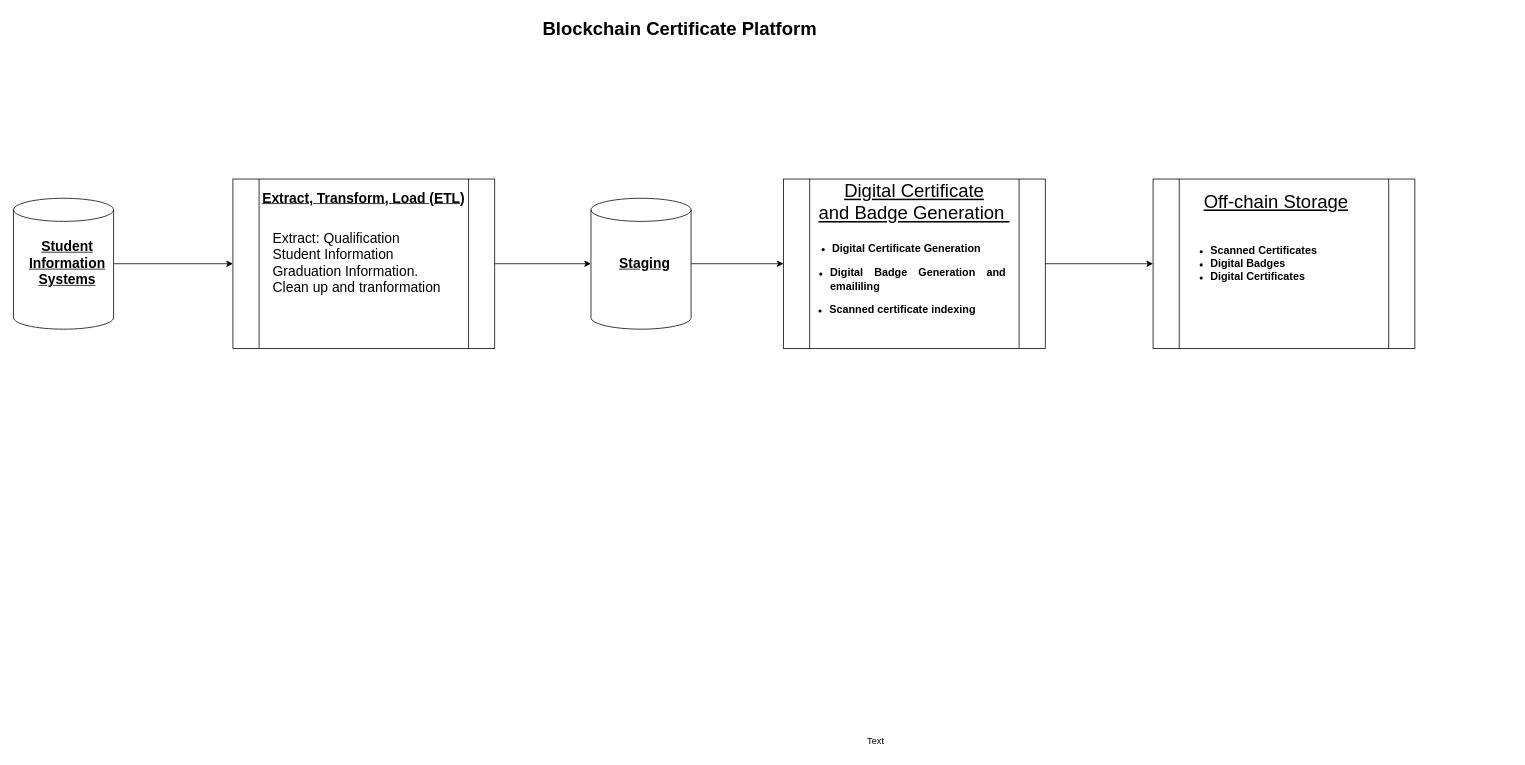
The draw.io diagram Untitled Diagram.drawio in SifisoMzansi/architecture-diagrams, before the edit. Source tidied: cells renumbered, new cells numbered last; positions are measured from the earlier drawing's top-left corner, leaving out a move shared by most shapes. Both pictures are drawn from the tidied source at 77%, with x=0, y=0 at pixel (13, 13).
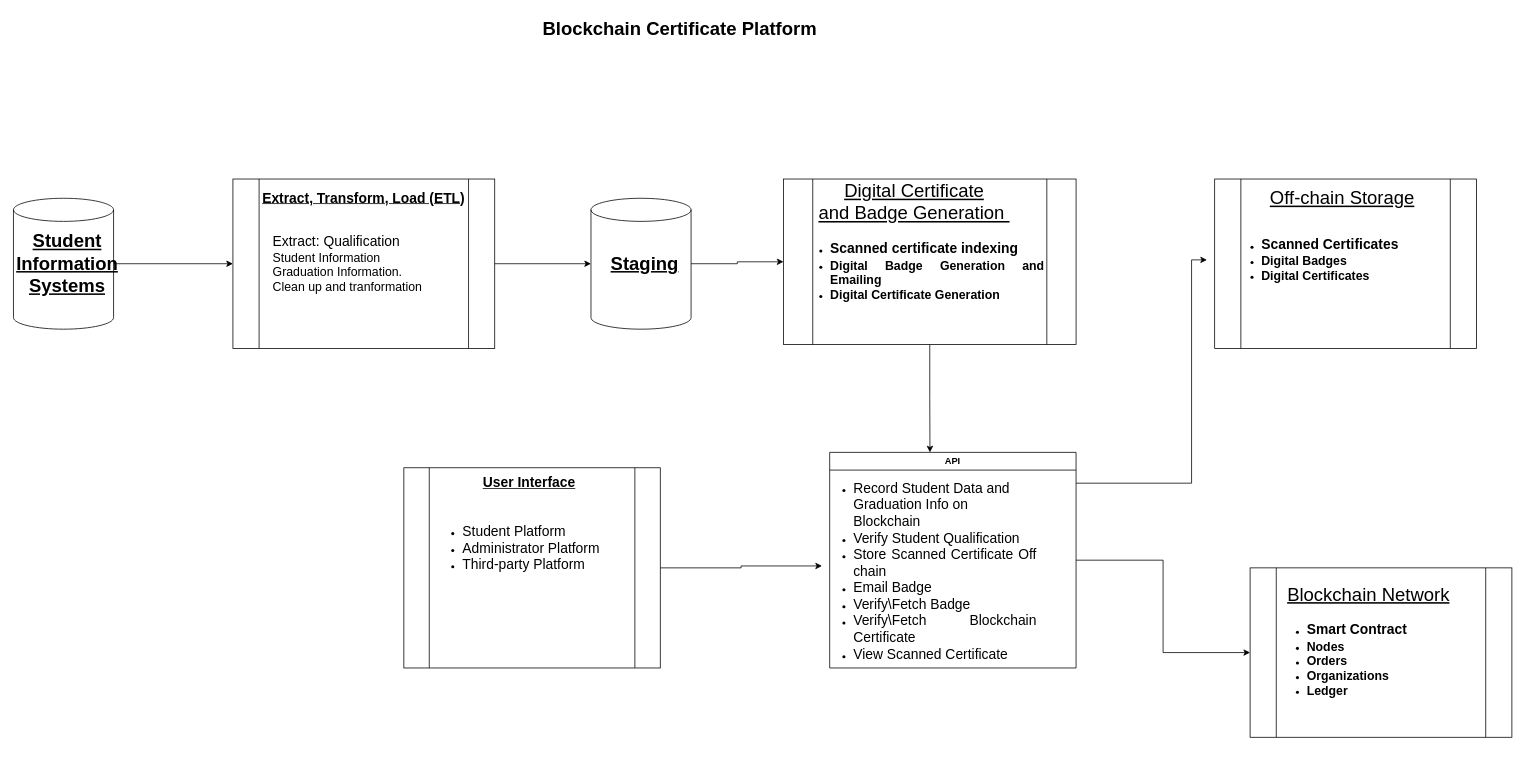
The same diagram, later.

What changed in the source:
```diff
@@
-    <mxCell id="5" value="&lt;font style=&quot;font-size: 18px;&quot;&gt;&lt;b&gt;&lt;u&gt;Student Information Systems&lt;/u&gt;&lt;/b&gt;&lt;/font&gt;" style="text;html=1;align=center;verticalAlign=middle;whiteSpace=wrap;rounded=0;" parent="1" vertex="1">
+    <mxCell id="5" value="&lt;font style=&quot;font-size: 24px;&quot;&gt;&lt;b style=&quot;&quot;&gt;&lt;u style=&quot;&quot;&gt;Student Information Systems&lt;/u&gt;&lt;/b&gt;&lt;/font&gt;" style="text;html=1;align=center;verticalAlign=middle;whiteSpace=wrap;rounded=0;" parent="1" vertex="1">
       <mxGeometry x="10" y="280" width="120" height="90" as="geometry" />
     </mxCell>
@@
-    <mxCell id="8" value="&lt;div style=&quot;text-align: justify;&quot;&gt;&lt;span style=&quot;font-size: 18px; background-color: initial;&quot;&gt;Extract: Qualification&amp;nbsp;&lt;/span&gt;&lt;/div&gt;&lt;div style=&quot;text-align: justify;&quot;&gt;&lt;span style=&quot;font-size: 18px; background-color: initial;&quot;&gt;Student Information&lt;/span&gt;&lt;/div&gt;&lt;div style=&quot;text-align: justify;&quot;&gt;&lt;span style=&quot;font-size: 18px; background-color: initial;&quot;&gt;Graduation Information.&amp;nbsp;&lt;/span&gt;&lt;/div&gt;&lt;div style=&quot;text-align: justify;&quot;&gt;&lt;span style=&quot;font-size: 18px; background-color: initial;&quot;&gt;Clean up and tranformation&lt;/span&gt;&lt;/div&gt;&lt;div style=&quot;text-align: justify;&quot;&gt;&lt;span style=&quot;font-size: 18px; background-color: initial;&quot;&gt;&lt;span style=&quot;white-space: pre;&quot;&gt;&#9;&lt;/span&gt;&lt;/span&gt;&lt;/div&gt;" style="text;html=1;align=left;verticalAlign=middle;whiteSpace=wrap;rounded=0;" parent="1" vertex="1">
+    <mxCell id="8" value="&lt;div style=&quot;text-align: justify;&quot;&gt;&lt;span style=&quot;background-color: initial;&quot;&gt;&lt;font style=&quot;font-size: 18px;&quot;&gt;Extract: Qualification&amp;nbsp;&lt;/font&gt;&lt;/span&gt;&lt;/div&gt;&lt;div style=&quot;text-align: justify;&quot;&gt;&lt;span style=&quot;background-color: initial;&quot;&gt;&lt;font size=&quot;3&quot;&gt;Student Information&lt;/font&gt;&lt;/span&gt;&lt;/div&gt;&lt;div style=&quot;text-align: justify;&quot;&gt;&lt;span style=&quot;background-color: initial;&quot;&gt;&lt;font size=&quot;3&quot;&gt;Graduation Information.&amp;nbsp;&lt;/font&gt;&lt;/span&gt;&lt;/div&gt;&lt;div style=&quot;text-align: justify;&quot;&gt;&lt;span style=&quot;background-color: initial;&quot;&gt;&lt;font size=&quot;3&quot;&gt;Clean up and tranformation&lt;/font&gt;&lt;/span&gt;&lt;/div&gt;&lt;div style=&quot;text-align: justify;&quot;&gt;&lt;span style=&quot;background-color: initial;&quot;&gt;&lt;span style=&quot;white-space: pre;&quot;&gt;&lt;font size=&quot;3&quot;&gt;&#9;&lt;/font&gt;&lt;/span&gt;&lt;/span&gt;&lt;/div&gt;" style="text;html=1;align=left;verticalAlign=middle;whiteSpace=wrap;rounded=0;" parent="1" vertex="1">
       <mxGeometry x="335" y="280" width="240" height="110" as="geometry" />
     </mxCell>
-    <mxCell id="9" value="Text" style="text;strokeColor=none;align=center;fillColor=none;html=1;verticalAlign=middle;whiteSpace=wrap;rounded=0;" parent="1" vertex="1">
-      <mxGeometry x="1090" y="930" width="60" height="30" as="geometry" />
-    </mxCell>
@@
-    <mxCell id="12" value="&lt;font style=&quot;font-size: 18px;&quot;&gt;&lt;b&gt;&lt;u&gt;Staging&lt;/u&gt;&lt;/b&gt;&lt;/font&gt;" style="text;html=1;align=center;verticalAlign=middle;whiteSpace=wrap;rounded=0;" parent="1" vertex="1">
+    <mxCell id="12" value="&lt;font style=&quot;font-size: 24px;&quot;&gt;&lt;b style=&quot;&quot;&gt;&lt;u style=&quot;&quot;&gt;Staging&lt;/u&gt;&lt;/b&gt;&lt;/font&gt;" style="text;html=1;align=center;verticalAlign=middle;whiteSpace=wrap;rounded=0;" parent="1" vertex="1">
       <mxGeometry x="760" y="280" width="120" height="90" as="geometry" />
     </mxCell>
@@
-    <mxCell id="14" style="edgeStyle=orthogonalEdgeStyle;rounded=0;jettySize=auto;html=1;entryX=0;entryY=0.5;entryDx=0;entryDy=0;" parent="1" edge="1" source="15" target="20">
-      <mxGeometry relative="1" as="geometry" />
-    </mxCell>
     <mxCell id="15" style="shape=process;whiteSpace=wrap;html=1;backgroundOutline=1;" parent="1" vertex="1">
-      <mxGeometry x="1000" y="215" width="340" height="220" as="geometry" />
+      <mxGeometry x="1000" y="215" width="380" height="215" as="geometry" />
     </mxCell>
@@
-    <mxCell id="17" value="&lt;ul&gt;&lt;li&gt;&lt;b&gt;&lt;font style=&quot;font-size: 14px;&quot;&gt;Digital Certificate Generation&lt;/font&gt;&lt;/b&gt;&lt;/li&gt;&lt;/ul&gt;" style="text;html=1;align=center;verticalAlign=middle;whiteSpace=wrap;rounded=0;" parent="1" vertex="1">
-      <mxGeometry x="1010" y="290" width="260" height="30" as="geometry" />
-    </mxCell>
-    <mxCell id="18" value="&lt;ul&gt;&lt;li style=&quot;text-align: justify;&quot;&gt;&lt;b&gt;&lt;font style=&quot;font-size: 14px;&quot;&gt;Digital Badge Generation and emaililing&amp;nbsp;&lt;/font&gt;&lt;/b&gt;&lt;/li&gt;&lt;/ul&gt;" style="text;html=1;align=center;verticalAlign=middle;whiteSpace=wrap;rounded=0;" parent="1" vertex="1">
-      <mxGeometry x="1020" y="330" width="270" height="30" as="geometry" />
-    </mxCell>
-    <mxCell id="19" value="&lt;div style=&quot;text-align: justify;&quot;&gt;&lt;ul&gt;&lt;li&gt;&lt;b style=&quot;background-color: initial;&quot;&gt;&lt;font style=&quot;font-size: 14px;&quot;&gt;Scanned certificate indexing&lt;/font&gt;&lt;/b&gt;&lt;/li&gt;&lt;/ul&gt;&lt;/div&gt;" style="text;html=1;align=center;verticalAlign=middle;whiteSpace=wrap;rounded=0;" parent="1" vertex="1">
-      <mxGeometry x="1000" y="370" width="270" height="30" as="geometry" />
-    </mxCell>
     <mxCell id="20" style="shape=process;whiteSpace=wrap;html=1;backgroundOutline=1;" parent="1" vertex="1">
-      <mxGeometry x="1480" y="215" width="340" height="220" as="geometry" />
+      <mxGeometry x="1560" y="215" width="340" height="220" as="geometry" />
     </mxCell>
     <mxCell id="21" value="&lt;font style=&quot;font-size: 24px;&quot;&gt;&lt;u style=&quot;&quot;&gt;Off-chain Storage&lt;/u&gt;&lt;/font&gt;" style="text;html=1;align=center;verticalAlign=middle;whiteSpace=wrap;rounded=0;" parent="1" vertex="1">
-      <mxGeometry x="1520" y="230" width="240" height="30" as="geometry" />
+      <mxGeometry x="1606" y="225" width="240" height="30" as="geometry" />
     </mxCell>
-    <mxCell id="22" value="&lt;ul&gt;&lt;li style=&quot;text-align: justify;&quot;&gt;&lt;b&gt;&lt;font style=&quot;font-size: 14px;&quot;&gt;Scanned Certificates&lt;/font&gt;&lt;/b&gt;&lt;/li&gt;&lt;li style=&quot;text-align: justify;&quot;&gt;&lt;b&gt;&lt;font style=&quot;font-size: 14px;&quot;&gt;Digital Badges&lt;/font&gt;&lt;/b&gt;&lt;/li&gt;&lt;li style=&quot;text-align: justify;&quot;&gt;&lt;b&gt;&lt;font style=&quot;font-size: 14px;&quot;&gt;Digital Certificates&lt;/font&gt;&lt;/b&gt;&lt;/li&gt;&lt;/ul&gt;" style="text;html=1;align=center;verticalAlign=middle;whiteSpace=wrap;rounded=0;" parent="1" vertex="1">
-      <mxGeometry x="1464" y="280" width="280" height="90" as="geometry" />
+    <mxCell id="22" value="&lt;ul&gt;&lt;li style=&quot;text-align: justify;&quot;&gt;&lt;b&gt;&lt;font style=&quot;font-size: 18px;&quot;&gt;Scanned Certificates&lt;/font&gt;&lt;/b&gt;&lt;/li&gt;&lt;li style=&quot;text-align: justify;&quot;&gt;&lt;b&gt;&lt;font size=&quot;3&quot; style=&quot;&quot;&gt;Digital Badges&lt;/font&gt;&lt;/b&gt;&lt;/li&gt;&lt;li style=&quot;text-align: justify;&quot;&gt;&lt;b&gt;&lt;font size=&quot;3&quot; style=&quot;&quot;&gt;Digital Certificates&lt;/font&gt;&lt;/b&gt;&lt;/li&gt;&lt;/ul&gt;" style="text;html=1;align=center;verticalAlign=middle;whiteSpace=wrap;rounded=0;" parent="1" vertex="1">
+      <mxGeometry x="1550" y="275" width="280" height="90" as="geometry" />
     </mxCell>
+    <mxCell id="23" style="edgeStyle=orthogonalEdgeStyle;rounded=0;jettySize=auto;html=1;entryX=0;entryY=0.5;entryDx=0;entryDy=0;" parent="1" edge="1" source="25" target="22">
+      <mxGeometry relative="1" as="geometry">
+        <Array as="points">
+          <mxPoint x="1530" y="610" />
+          <mxPoint x="1530" y="320" />
+        </Array>
+      </mxGeometry>
+    </mxCell>
+    <mxCell id="24" style="edgeStyle=orthogonalEdgeStyle;rounded=0;jettySize=auto;html=1;" parent="1" edge="1" source="25" target="27">
+      <mxGeometry relative="1" as="geometry" />
+    </mxCell>
+    <mxCell id="25" value="API" style="swimlane;whiteSpace=wrap;html=1;" parent="1" vertex="1">
+      <mxGeometry x="1060" y="570" width="320" height="280" as="geometry" />
+    </mxCell>
+    <mxCell id="26" value="&lt;ul&gt;&lt;li style=&quot;text-align: left;&quot;&gt;&lt;span style=&quot;font-size: 18px; background-color: initial;&quot;&gt;Record Student Data and Graduation Info on Blockchain&lt;/span&gt;&lt;/li&gt;&lt;li style=&quot;text-align: left;&quot;&gt;&lt;span style=&quot;font-size: 18px;&quot;&gt;Verify Student Qualification&lt;/span&gt;&lt;/li&gt;&lt;li style=&quot;text-align: justify;&quot;&gt;&lt;span style=&quot;font-size: 18px;&quot;&gt;Store Scanned Certificate Off chain&lt;/span&gt;&lt;/li&gt;&lt;li style=&quot;text-align: justify;&quot;&gt;&lt;span style=&quot;font-size: 18px;&quot;&gt;Email Badge&lt;/span&gt;&lt;/li&gt;&lt;li style=&quot;text-align: justify;&quot;&gt;&lt;span style=&quot;font-size: 18px;&quot;&gt;Verify\Fetch Badge&amp;nbsp;&lt;/span&gt;&lt;/li&gt;&lt;li style=&quot;text-align: justify;&quot;&gt;&lt;span style=&quot;font-size: 18px;&quot;&gt;Verify\Fetch&amp;nbsp;Blockchain Certificate&amp;nbsp;&lt;/span&gt;&lt;/li&gt;&lt;li style=&quot;text-align: justify;&quot;&gt;&lt;span style=&quot;font-size: 18px;&quot;&gt;View Scanned Certificate&lt;/span&gt;&lt;/li&gt;&lt;/ul&gt;" style="text;html=1;align=center;verticalAlign=middle;whiteSpace=wrap;rounded=0;" parent="25" vertex="1">
+      <mxGeometry x="-10" y="140" width="280" height="30" as="geometry" />
+    </mxCell>
+    <mxCell id="27" style="shape=process;whiteSpace=wrap;html=1;backgroundOutline=1;" parent="1" vertex="1">
+      <mxGeometry x="1606" y="720" width="340" height="220" as="geometry" />
+    </mxCell>
+    <mxCell id="28" value="&lt;font style=&quot;font-size: 24px;&quot;&gt;&lt;u style=&quot;&quot;&gt;Blockchain Network&lt;/u&gt;&lt;/font&gt;" style="text;html=1;align=center;verticalAlign=middle;whiteSpace=wrap;rounded=0;" parent="1" vertex="1">
+      <mxGeometry x="1640" y="740" width="240" height="30" as="geometry" />
+    </mxCell>
+    <mxCell id="29" value="&lt;ul&gt;&lt;li style=&quot;text-align: justify;&quot;&gt;&lt;b style=&quot;background-color: initial;&quot;&gt;&lt;font style=&quot;font-size: 18px;&quot;&gt;Smart Contract&lt;/font&gt;&lt;/b&gt;&lt;/li&gt;&lt;li style=&quot;text-align: justify;&quot;&gt;&lt;b&gt;&lt;font size=&quot;3&quot;&gt;Nodes&lt;/font&gt;&lt;/b&gt;&lt;/li&gt;&lt;li style=&quot;text-align: justify;&quot;&gt;&lt;b&gt;&lt;font size=&quot;3&quot;&gt;Orders&lt;/font&gt;&lt;/b&gt;&lt;/li&gt;&lt;li style=&quot;text-align: justify;&quot;&gt;&lt;b&gt;&lt;font size=&quot;3&quot;&gt;Organizations&lt;/font&gt;&lt;/b&gt;&lt;/li&gt;&lt;li style=&quot;text-align: justify;&quot;&gt;&lt;b style=&quot;&quot;&gt;&lt;font size=&quot;3&quot;&gt;Ledger&lt;/font&gt;&lt;/b&gt;&lt;/li&gt;&lt;/ul&gt;" style="text;html=1;align=center;verticalAlign=middle;whiteSpace=wrap;rounded=0;" parent="1" vertex="1">
+      <mxGeometry x="1560" y="790" width="330" height="100" as="geometry" />
+    </mxCell>
+    <mxCell id="30" value="&lt;ul&gt;&lt;li style=&quot;text-align: justify;&quot;&gt;&lt;b style=&quot;background-color: initial;&quot;&gt;&lt;font style=&quot;font-size: 18px;&quot;&gt;Scanned certificate indexing&lt;/font&gt;&lt;/b&gt;&lt;/li&gt;&lt;li style=&quot;text-align: justify;&quot;&gt;&lt;font size=&quot;3&quot;&gt;&lt;b&gt;&lt;font style=&quot;&quot;&gt;Digital Badge Generation&amp;nbsp;&lt;/font&gt;&lt;/b&gt;&lt;/font&gt;&lt;b style=&quot;font-size: medium; background-color: initial;&quot;&gt;and Emailing&lt;/b&gt;&lt;/li&gt;&lt;li style=&quot;text-align: justify;&quot;&gt;&lt;b&gt;&lt;font size=&quot;3&quot; style=&quot;&quot;&gt;Digital Certificate Generation&lt;/font&gt;&lt;/b&gt;&lt;/li&gt;&lt;/ul&gt;" style="text;html=1;align=center;verticalAlign=middle;whiteSpace=wrap;rounded=0;" parent="1" vertex="1">
+      <mxGeometry x="1020" y="290" width="320" height="90" as="geometry" />
+    </mxCell>
+    <mxCell id="31" style="edgeStyle=orthogonalEdgeStyle;rounded=0;jettySize=auto;html=1;entryX=0;entryY=0.25;entryDx=0;entryDy=0;" parent="1" edge="1" source="32" target="26">
+      <mxGeometry relative="1" as="geometry" />
+    </mxCell>
+    <mxCell id="32" style="shape=process;whiteSpace=wrap;html=1;backgroundOutline=1;" parent="1" vertex="1">
+      <mxGeometry x="507" y="590" width="333" height="260" as="geometry" />
+    </mxCell>
+    <mxCell id="33" value="&lt;font style=&quot;font-size: 18px;&quot;&gt;&lt;b&gt;&lt;u&gt;User Interface&lt;/u&gt;&lt;/b&gt;&lt;/font&gt;" style="text;html=1;align=center;verticalAlign=middle;whiteSpace=wrap;rounded=0;" parent="1" vertex="1">
+      <mxGeometry x="500" y="590" width="340" height="40" as="geometry" />
+    </mxCell>
+    <mxCell id="34" value="&lt;div style=&quot;text-align: justify;&quot;&gt;&lt;ul&gt;&lt;li&gt;&lt;span style=&quot;font-size: 18px; background-color: initial;&quot;&gt;Student Platform&lt;/span&gt;&lt;/li&gt;&lt;li&gt;&lt;span style=&quot;font-size: 18px; background-color: initial;&quot;&gt;Administrator Platform&amp;nbsp;&lt;/span&gt;&lt;/li&gt;&lt;li&gt;&lt;span style=&quot;font-size: 18px; background-color: initial;&quot;&gt;Third-party Platform&lt;/span&gt;&lt;/li&gt;&lt;/ul&gt;&lt;/div&gt;" style="text;html=1;align=center;verticalAlign=middle;whiteSpace=wrap;rounded=0;" parent="1" vertex="1">
+      <mxGeometry x="530" y="650" width="250" height="90" as="geometry" />
+    </mxCell>
+    <mxCell id="35" style="edgeStyle=orthogonalEdgeStyle;rounded=0;jettySize=auto;html=1;entryX=0.407;entryY=0;entryDx=0;entryDy=0;entryPerimeter=0;" parent="1" edge="1" source="15" target="25">
+      <mxGeometry relative="1" as="geometry" />
+    </mxCell>
```
